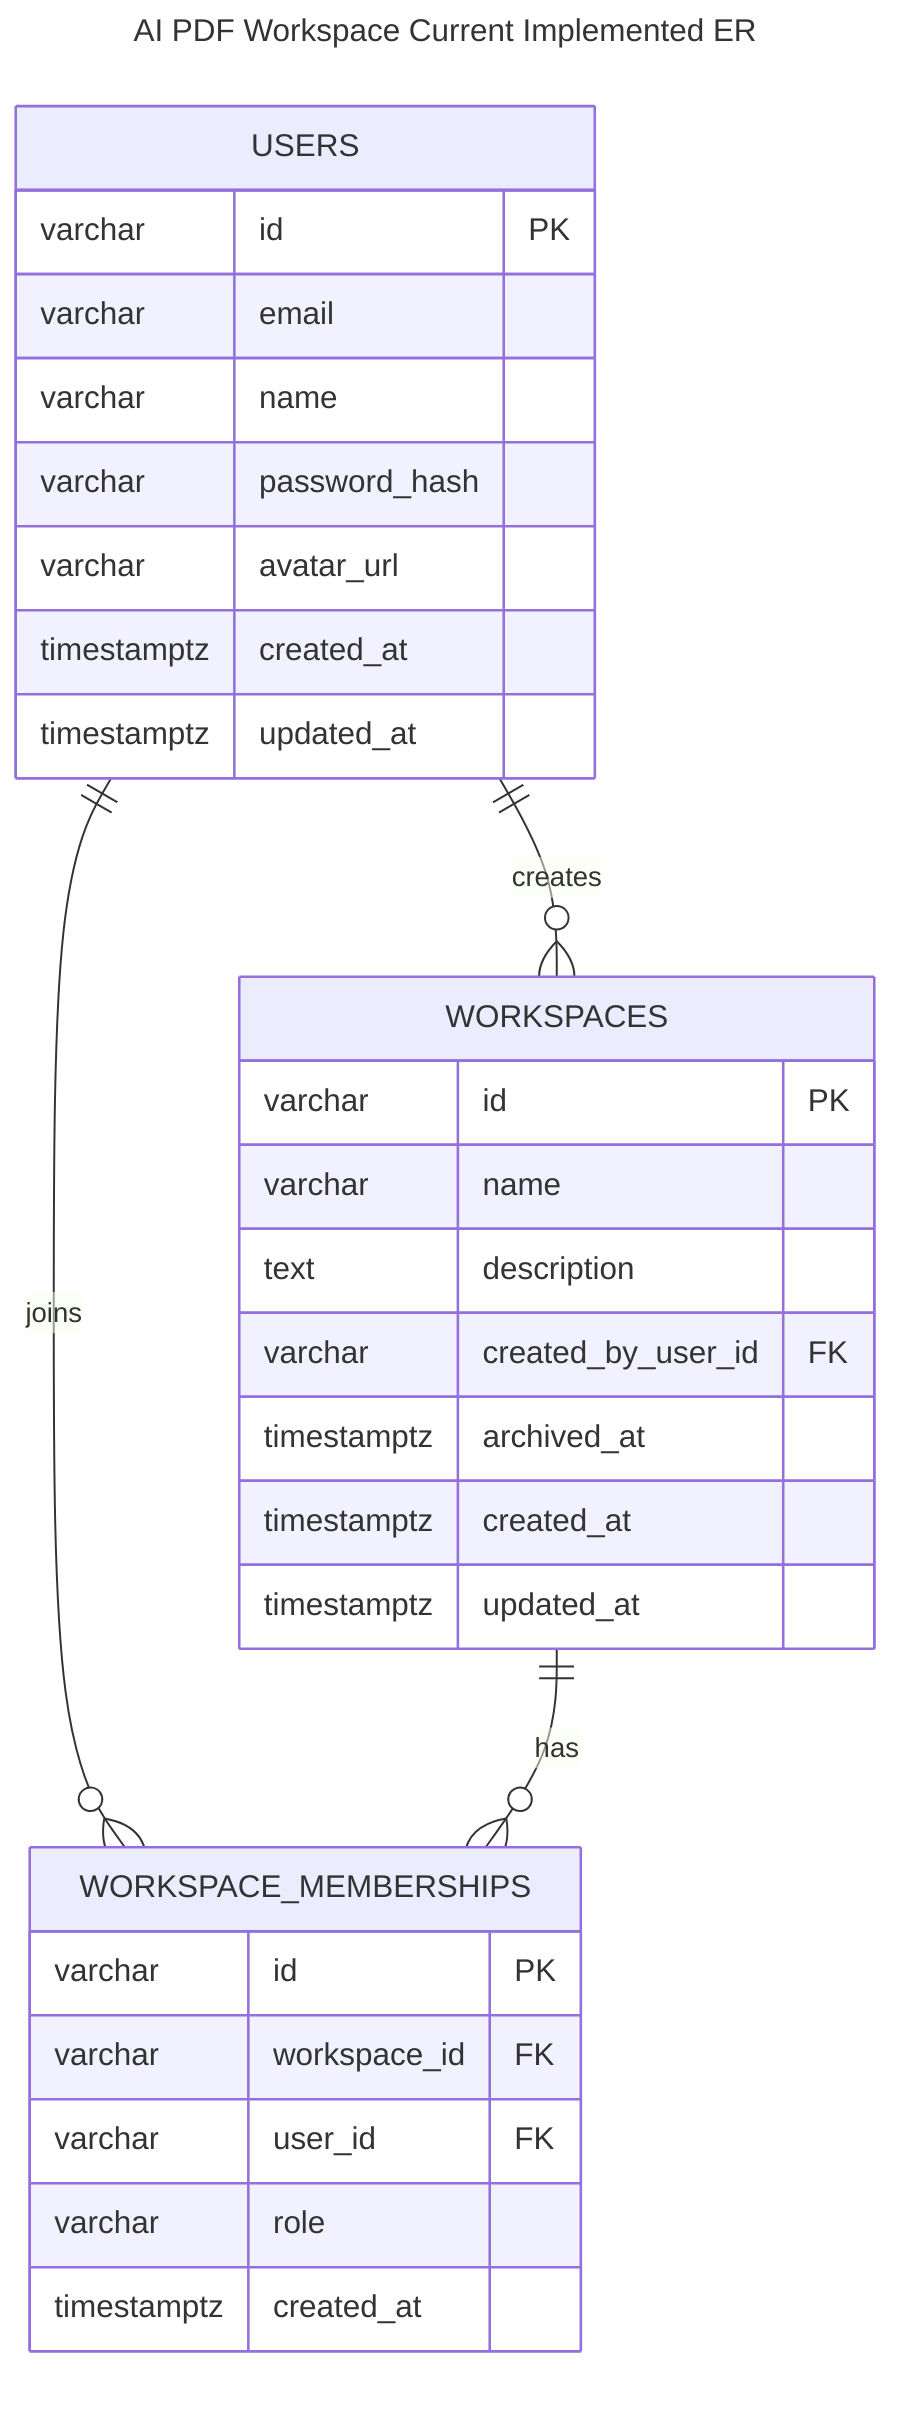
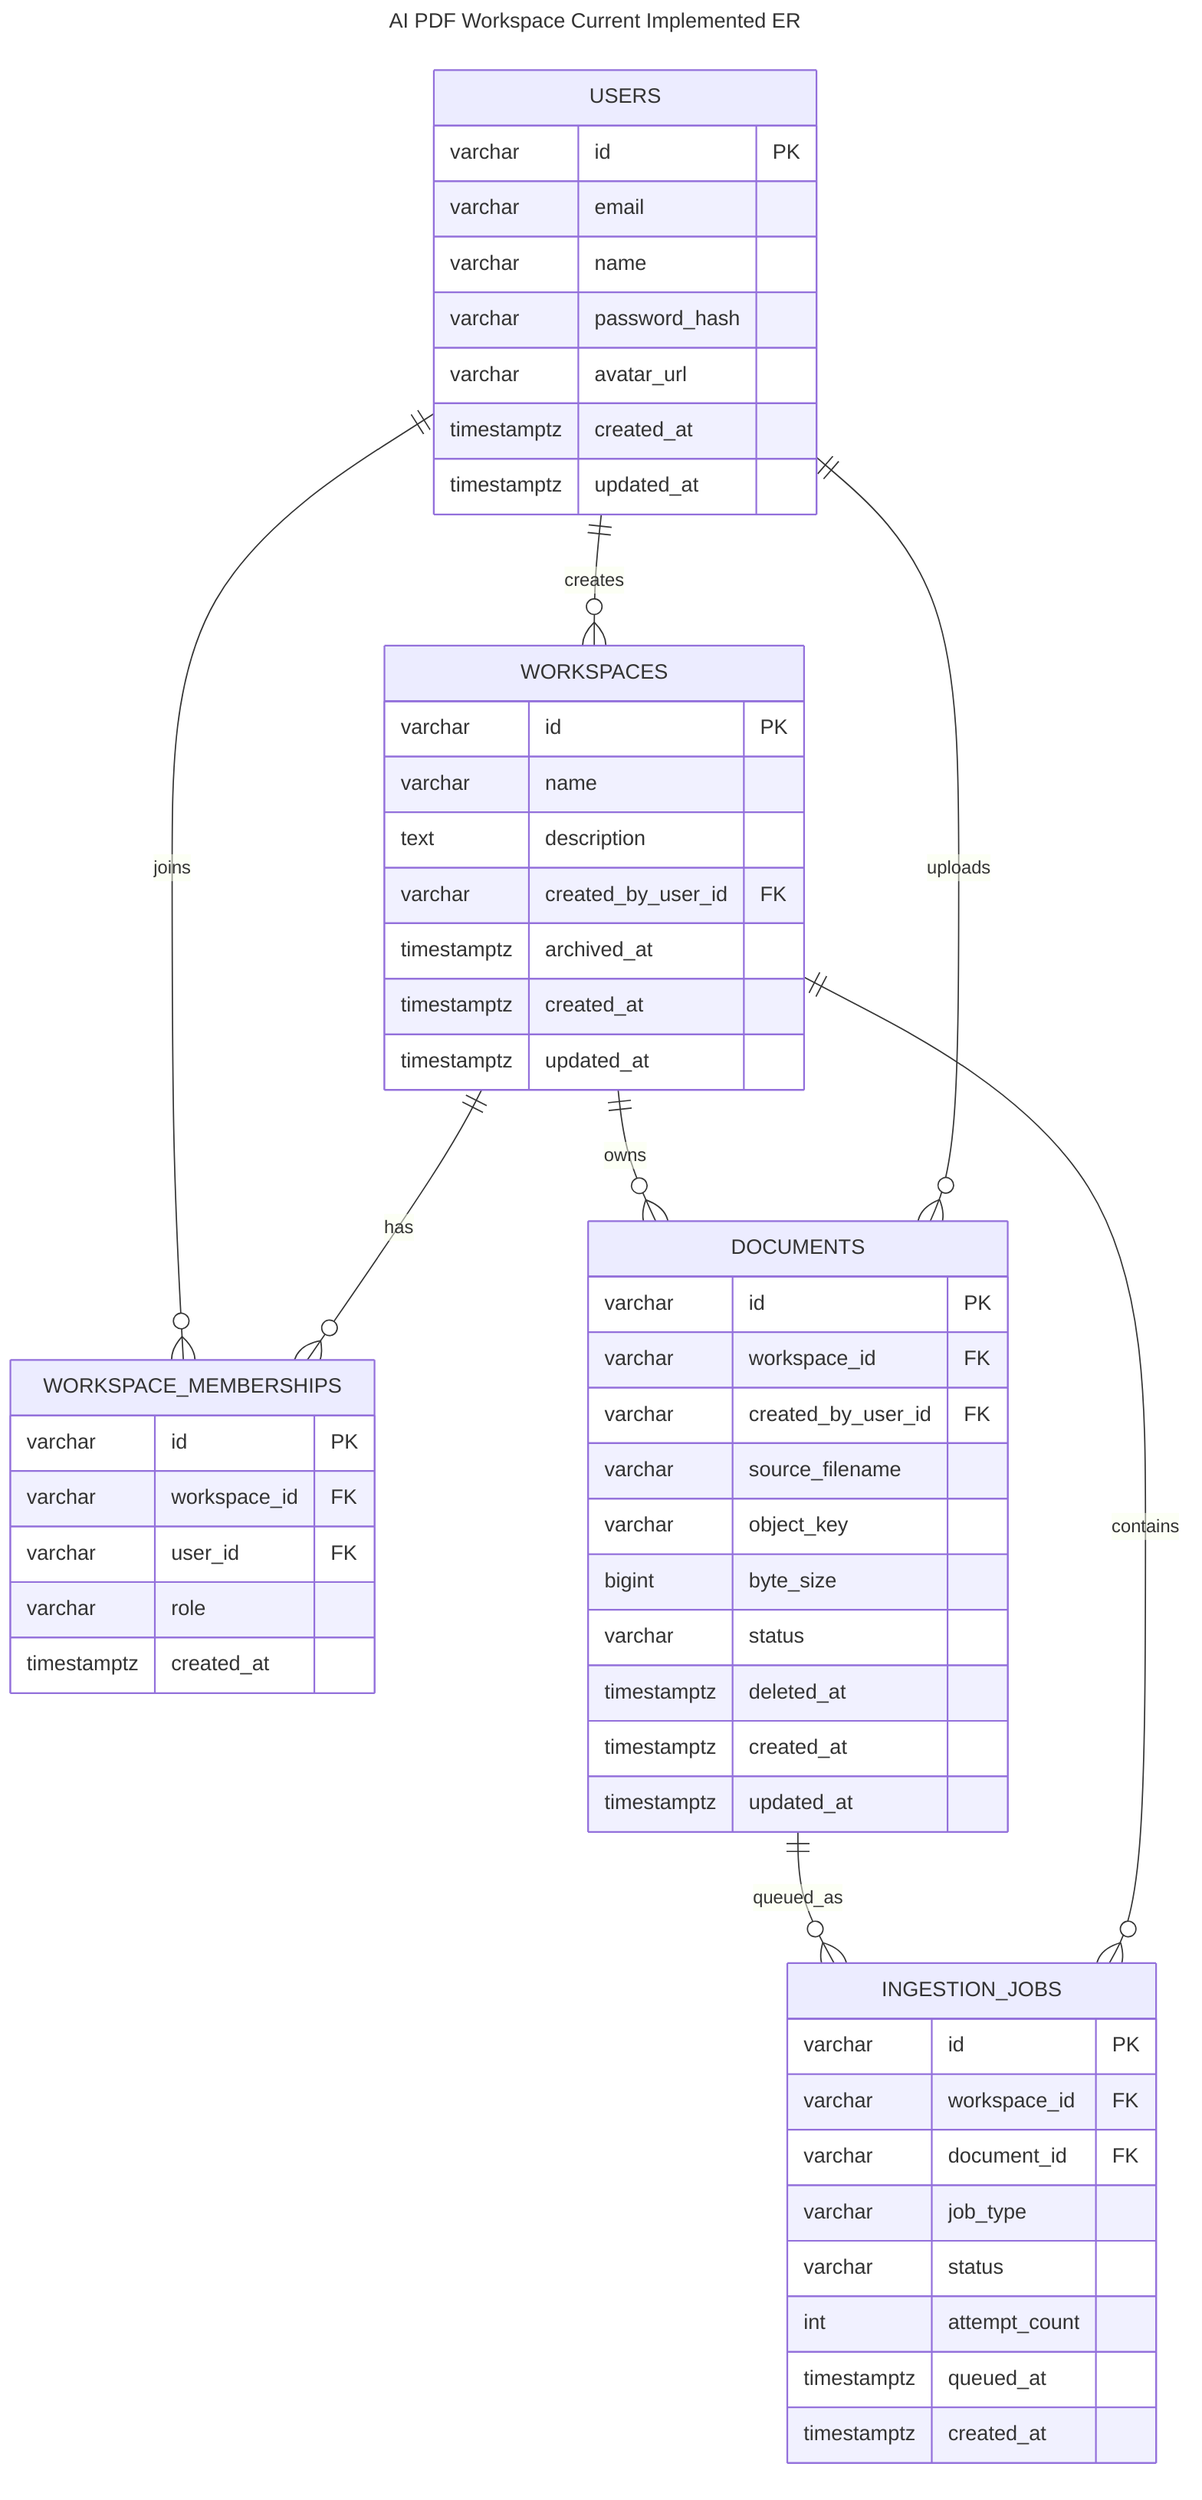
---
title: AI PDF Workspace Current Implemented ER
---
erDiagram
    USERS {
        varchar id PK
        varchar email
        varchar name
        varchar password_hash
        varchar avatar_url
        timestamptz created_at
        timestamptz updated_at
    }

    WORKSPACES {
        varchar id PK
        varchar name
        text description
        varchar created_by_user_id FK
        timestamptz archived_at
        timestamptz created_at
        timestamptz updated_at
    }

    WORKSPACE_MEMBERSHIPS {
        varchar id PK
        varchar workspace_id FK
        varchar user_id FK
        varchar role
        timestamptz created_at
    }

+     DOCUMENTS {
+         varchar id PK
+         varchar workspace_id FK
+         varchar created_by_user_id FK
+         varchar source_filename
+         varchar object_key
+         bigint byte_size
+         varchar status
+         timestamptz deleted_at
+         timestamptz created_at
+         timestamptz updated_at
+     }
+ 
+     INGESTION_JOBS {
+         varchar id PK
+         varchar workspace_id FK
+         varchar document_id FK
+         varchar job_type
+         varchar status
+         int attempt_count
+         timestamptz queued_at
+         timestamptz created_at
+     }
+ 
    USERS ||--o{ WORKSPACES : creates
    USERS ||--o{ WORKSPACE_MEMBERSHIPS : joins
    WORKSPACES ||--o{ WORKSPACE_MEMBERSHIPS : has
+     WORKSPACES ||--o{ DOCUMENTS : owns
+     USERS ||--o{ DOCUMENTS : uploads
+     DOCUMENTS ||--o{ INGESTION_JOBS : queued_as
+     WORKSPACES ||--o{ INGESTION_JOBS : contains
